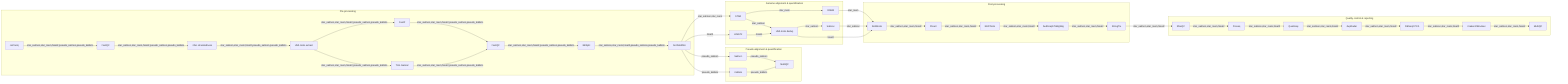
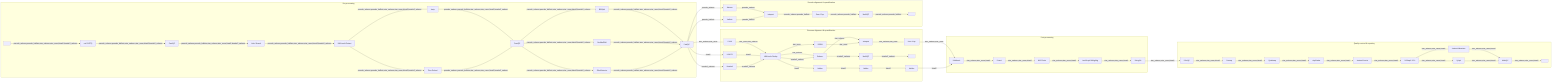
%%metro title: nf-core/rnaseq
%%metro logo: examples/nf-core-rnaseq_logo_dark.png
%%metro style: dark
+ %%metro file: fastq_in | FASTQ
+ %%metro file: report_final | HTML
+ %%metro file: report_quant | HTML
+ %%metro file: report_bowtie2 | HTML
%%metro line: star_rsem | Aligner: STAR, Quantification: RSEM | #0570b0
%%metro line: star_salmon | Aligner: STAR, Quantification: Salmon (default) | #2db572
%%metro line: hisat2 | Aligner: HISAT2, Quantification: None | #f5c542
+ %%metro line: bowtie2_salmon | Aligner: Bowtie2, Quantification: Salmon | #ff8c00
%%metro line: pseudo_salmon | Pseudo-aligner: Salmon, Quantification: Salmon | #e63946
%%metro line: pseudo_kallisto | Pseudo-aligner: Kallisto, Quantification: Kallisto | #7b2d3b
%%metro legend: bl

graph LR
    subgraph preprocessing [Pre-processing]
-         cat_fastq[cat fastq]
+         %%metro exit: right | star_salmon, star_rsem, hisat2, bowtie2_salmon
+         %%metro exit: bottom | pseudo_salmon, pseudo_kallisto
+         fastq_in[ ]
+         cat_fastq[cat FASTQ]
        fastqc_raw[FastQC]
-         infer_strandedness[infer strandedness]
-         umi_tools_extract[UMI-tools extract]
-         fastp[FastP]
+         infer_strandedness[Infer Strand.]
+         umi_tools_extract[UMI-tools Extract]
+         fastp[fastp]
        trimgalore[Trim Galore!]
        fastqc_trimmed[FastQC]
        bbsplit[BBSplit]
        sortmerna[SortMeRNA]
+         ribodetector[RiboDetector]
+         fastqc_filtered[FastQC]

-         cat_fastq -->|star_salmon,star_rsem,hisat2,pseudo_salmon,pseudo_kallisto| fastqc_raw
-         fastqc_raw -->|star_salmon,star_rsem,hisat2,pseudo_salmon,pseudo_kallisto| infer_strandedness
-         infer_strandedness -->|star_salmon,star_rsem,hisat2,pseudo_salmon,pseudo_kallisto| umi_tools_extract
+         fastq_in -->|pseudo_salmon,pseudo_kallisto,star_salmon,star_rsem,hisat2,bowtie2_salmon| cat_fastq
+         cat_fastq -->|pseudo_salmon,pseudo_kallisto,star_salmon,star_rsem,hisat2,bowtie2_salmon| fastqc_raw
+         fastqc_raw -->|pseudo_salmon,pseudo_kallisto,star_salmon,star_rsem,hisat2,bowtie2_salmon| infer_strandedness
+         infer_strandedness -->|pseudo_salmon,pseudo_kallisto,star_salmon,star_rsem,hisat2,bowtie2_salmon| umi_tools_extract

-         umi_tools_extract -->|star_salmon,star_rsem,hisat2,pseudo_salmon,pseudo_kallisto| fastp
-         umi_tools_extract -->|star_salmon,star_rsem,hisat2,pseudo_salmon,pseudo_kallisto| trimgalore
-         fastp -->|star_salmon,star_rsem,hisat2,pseudo_salmon,pseudo_kallisto| fastqc_trimmed
-         trimgalore -->|star_salmon,star_rsem,hisat2,pseudo_salmon,pseudo_kallisto| fastqc_trimmed
+         umi_tools_extract -->|pseudo_salmon,pseudo_kallisto,star_salmon,star_rsem,hisat2,bowtie2_salmon| fastp
+         umi_tools_extract -->|pseudo_salmon,pseudo_kallisto,star_salmon,star_rsem,hisat2,bowtie2_salmon| trimgalore
+         fastp -->|pseudo_salmon,pseudo_kallisto,star_salmon,star_rsem,hisat2,bowtie2_salmon| fastqc_trimmed
+         trimgalore -->|pseudo_salmon,pseudo_kallisto,star_salmon,star_rsem,hisat2,bowtie2_salmon| fastqc_trimmed

-         fastqc_trimmed -->|star_salmon,star_rsem,hisat2,pseudo_salmon,pseudo_kallisto| bbsplit
-         bbsplit -->|star_salmon,star_rsem,hisat2,pseudo_salmon,pseudo_kallisto| sortmerna
+         fastqc_trimmed -->|pseudo_salmon,pseudo_kallisto,star_salmon,star_rsem,hisat2,bowtie2_salmon| bbsplit
+         fastqc_trimmed -->|pseudo_salmon,pseudo_kallisto,star_salmon,star_rsem,hisat2,bowtie2_salmon| sortmerna
+         fastqc_trimmed -->|pseudo_salmon,pseudo_kallisto,star_salmon,star_rsem,hisat2,bowtie2_salmon| ribodetector
+         bbsplit -->|pseudo_salmon,pseudo_kallisto,star_salmon,star_rsem,hisat2,bowtie2_salmon| fastqc_filtered
+         sortmerna -->|pseudo_salmon,pseudo_kallisto,star_salmon,star_rsem,hisat2,bowtie2_salmon| fastqc_filtered
+         ribodetector -->|pseudo_salmon,pseudo_kallisto,star_salmon,star_rsem,hisat2,bowtie2_salmon| fastqc_filtered
    end

    subgraph genome_align [Genome alignment & quantification]
+         %%metro entry: left | star_salmon, star_rsem, hisat2, bowtie2_salmon
+         %%metro exit: right | star_salmon, star_rsem
+         %%metro exit: right | hisat2
        star[STAR]
        hisat2_align[HISAT2]
+         bowtie2_align[Bowtie2]
        rsem[RSEM]
        salmon_quant[Salmon]
-         umi_tools_dedup[UMI-tools dedup]
+         umi_tools_dedup[UMI-tools Dedup]
+         tximport_ga[tximport]
+         summarized_exp_ga[Sum. Exp.]
+         multiqc_bowtie2[MultiQC]
+         report_bowtie2[ ]
+         _h1[hidden]
+         _h2[hidden]
+         _h3[hidden]

-         star -->|star_rsem| rsem
-         star -->|star_salmon| umi_tools_dedup
+         star -->|star_rsem,star_salmon| umi_tools_dedup
+         hisat2_align -->|hisat2| umi_tools_dedup
+         bowtie2_align -->|bowtie2_salmon| umi_tools_dedup
+         umi_tools_dedup -->|star_rsem| rsem
        umi_tools_dedup -->|star_salmon| salmon_quant
-         hisat2_align -->|hisat2| umi_tools_dedup
+         umi_tools_dedup -->|hisat2| _h1
+         _h1 -->|hisat2| _h2
+         _h2 -->|hisat2| _h3
+         salmon_quant -->|star_salmon| tximport_ga
+         rsem -->|star_rsem| tximport_ga
+         tximport_ga -->|star_salmon,star_rsem| summarized_exp_ga
+         umi_tools_dedup -->|bowtie2_salmon| salmon_quant
+         salmon_quant -->|bowtie2_salmon| multiqc_bowtie2
+         multiqc_bowtie2 -->|bowtie2_salmon| report_bowtie2
+     end
+ 
+     subgraph pseudo_align [Pseudo-alignment & quantification]
+         %%metro entry: left | pseudo_salmon, pseudo_kallisto
+         salmon_pseudo[Salmon]
+         kallisto[Kallisto]
+         tximport_pa[tximport]
+         summarized_exp_pa[Sum. Exp.]
+         multiqc_quant[MultiQC]
+         report_quant[ ]
+ 
+         salmon_pseudo -->|pseudo_salmon| tximport_pa
+         kallisto -->|pseudo_kallisto| tximport_pa
+         tximport_pa -->|pseudo_salmon,pseudo_kallisto| summarized_exp_pa
+         summarized_exp_pa -->|pseudo_salmon,pseudo_kallisto| multiqc_quant
+         multiqc_quant -->|pseudo_salmon,pseudo_kallisto| report_quant
    end

    subgraph postprocessing [Post-processing]
+         %%metro direction: TB
+         %%metro entry: left | star_salmon, star_rsem, hisat2
+         %%metro exit: bottom | star_salmon, star_rsem, hisat2
        samtools[SAMtools]
        picard[Picard]
        bedtools[BEDTools]
        bedgraph[bedGraphToBigWig]
        stringtie[StringTie]

        samtools -->|star_salmon,star_rsem,hisat2| picard
        picard -->|star_salmon,star_rsem,hisat2| bedtools
        bedtools -->|star_salmon,star_rsem,hisat2| bedgraph
        bedgraph -->|star_salmon,star_rsem,hisat2| stringtie
    end

-     subgraph pseudo_align [Pseudo-alignment & quantification]
-         salmon_pseudo[Salmon]
-         kallisto[Kallisto]
-         multiqc_pseudo[MultiQC]
- 
-         salmon_pseudo -->|pseudo_salmon| multiqc_pseudo
-         kallisto -->|pseudo_kallisto| multiqc_pseudo
-     end
- 
    subgraph qc_report [Quality control & reporting]
+         %%metro direction: RL
+         %%metro entry: top | star_salmon, star_rsem, hisat2
        rseqc[RSeQC]
        preseq[Preseq]
        qualimap[Qualimap]
        dupradar[dupRadar]
+         featurecounts[featureCounts]
        deseq2_pca[DESeq2 PCA]
        kraken2[Kraken2/Bracken]
+         sylph[Sylph]
        multiqc_final[MultiQC]
+         report_final[ ]

        rseqc -->|star_salmon,star_rsem,hisat2| preseq
        preseq -->|star_salmon,star_rsem,hisat2| qualimap
        qualimap -->|star_salmon,star_rsem,hisat2| dupradar
-         dupradar -->|star_salmon,star_rsem,hisat2| deseq2_pca
+         dupradar -->|star_salmon,star_rsem,hisat2| featurecounts
+         featurecounts -->|star_salmon,star_rsem,hisat2| deseq2_pca
        deseq2_pca -->|star_salmon,star_rsem,hisat2| kraken2
+         deseq2_pca -->|star_salmon,star_rsem,hisat2| sylph
        kraken2 -->|star_salmon,star_rsem,hisat2| multiqc_final
+         sylph -->|star_salmon,star_rsem,hisat2| multiqc_final
+         multiqc_final -->|star_salmon,star_rsem,hisat2| report_final
    end

    %% Inter-section edges
-     sortmerna -->|star_salmon,star_rsem| star
-     sortmerna -->|hisat2| hisat2_align
-     sortmerna -->|pseudo_salmon| salmon_pseudo
-     sortmerna -->|pseudo_kallisto| kallisto
-     salmon_quant -->|star_salmon| samtools
-     rsem -->|star_rsem| samtools
-     umi_tools_dedup -->|hisat2| samtools
+     fastqc_filtered -->|star_salmon,star_rsem| star
+     fastqc_filtered -->|hisat2| hisat2_align
+     fastqc_filtered -->|bowtie2_salmon| bowtie2_align
+     fastqc_filtered -->|pseudo_salmon| salmon_pseudo
+     fastqc_filtered -->|pseudo_kallisto| kallisto
+     summarized_exp_ga -->|star_salmon,star_rsem| samtools
+     _h3 -->|hisat2| samtools
    stringtie -->|star_salmon,star_rsem,hisat2| rseqc
